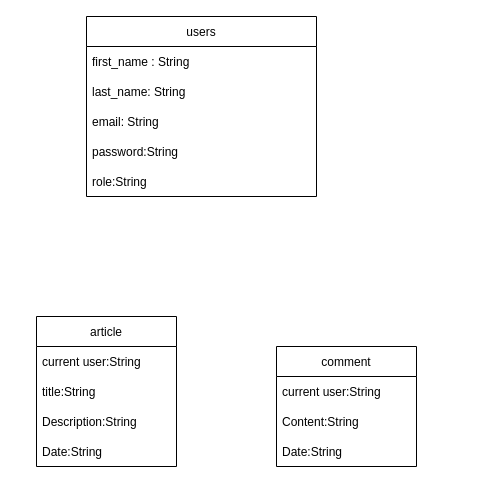
Above: diagram/ClassDiag.drawio in ChaymaTb/Camping-web-site (draw.io), before the change. Source tidied: cells renumbered, new cells numbered last; positions are measured from the earlier drawing's top-left corner, leaving out a move shared by most shapes. Both pictures are drawn from the tidied source at 100%, with x=0, y=0 at pixel (36, 16).
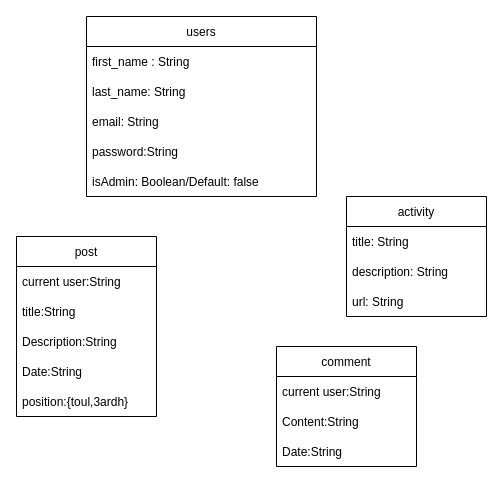
Above is the later version.

Unchanged cells that the change refers to:
```xml
<mxCell id="2" value="users" style="swimlane;fontStyle=0;horizontal=1;startSize=30;" parent="1" vertex="1">
  <mxGeometry x="50" width="230" height="180" as="geometry" />
</mxCell>
```

The edit, as a diff of the source:
```diff
@@
-    <mxCell id="7" value="role:String" style="text;strokeColor=none;fillColor=none;align=left;verticalAlign=middle;spacingLeft=4;spacingRight=4;overflow=hidden;" parent="2" vertex="1">
+    <mxCell id="7" value="isAdmin: Boolean/Default: false" style="text;strokeColor=none;fillColor=none;align=left;verticalAlign=middle;spacingLeft=4;spacingRight=4;overflow=hidden;" parent="2" vertex="1">
       <mxGeometry y="150" width="230" height="30" as="geometry" />
     </mxCell>
-    <mxCell id="8" value="article" style="swimlane;fontStyle=0;horizontal=1;startSize=30;" parent="1" vertex="1">
-      <mxGeometry y="300" width="140" height="150" as="geometry" />
+    <mxCell id="8" value="post" style="swimlane;fontStyle=0;horizontal=1;startSize=30;" parent="1" vertex="1">
+      <mxGeometry x="-20" y="220" width="140" height="180" as="geometry" />
     </mxCell>
@@
+    <mxCell id="17" value="position:{toul,3ardh}" style="text;strokeColor=none;fillColor=none;align=left;verticalAlign=middle;spacingLeft=4;spacingRight=4;overflow=hidden;" parent="8" vertex="1">
+      <mxGeometry y="150" width="140" height="30" as="geometry" />
+    </mxCell>
@@
+    <mxCell id="18" value="activity" style="swimlane;fontStyle=0;horizontal=1;startSize=30;" parent="1" vertex="1">
+      <mxGeometry x="310" y="180" width="140" height="120" as="geometry" />
+    </mxCell>
+    <mxCell id="19" value="title: String" style="text;strokeColor=none;fillColor=none;align=left;verticalAlign=middle;spacingLeft=4;spacingRight=4;overflow=hidden;" parent="18" vertex="1">
+      <mxGeometry y="30" width="140" height="30" as="geometry" />
+    </mxCell>
+    <mxCell id="20" value="description: String" style="text;strokeColor=none;fillColor=none;align=left;verticalAlign=middle;spacingLeft=4;spacingRight=4;overflow=hidden;" parent="18" vertex="1">
+      <mxGeometry y="60" width="140" height="30" as="geometry" />
+    </mxCell>
+    <mxCell id="21" value="url: String" style="text;strokeColor=none;fillColor=none;align=left;verticalAlign=middle;spacingLeft=4;spacingRight=4;overflow=hidden;" parent="18" vertex="1">
+      <mxGeometry y="90" width="140" height="30" as="geometry" />
+    </mxCell>
```
